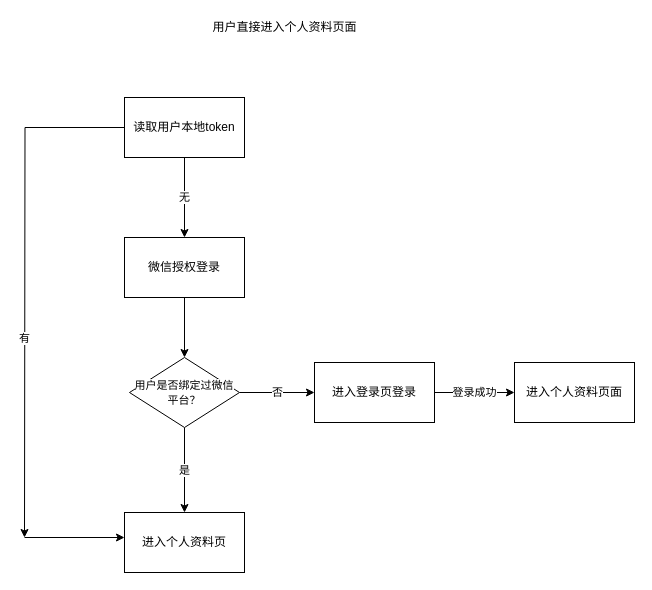
Before: 用户直接进入个人资料页面.drawio in ityadong/canvas, a draw.io diagram. Source tidied: cells renumbered, new cells numbered last; positions are measured from the earlier drawing's top-left corner, leaving out a move shared by most shapes. Both pictures are drawn from the tidied source at 100%, with x=0, y=0 at pixel (24, 17).
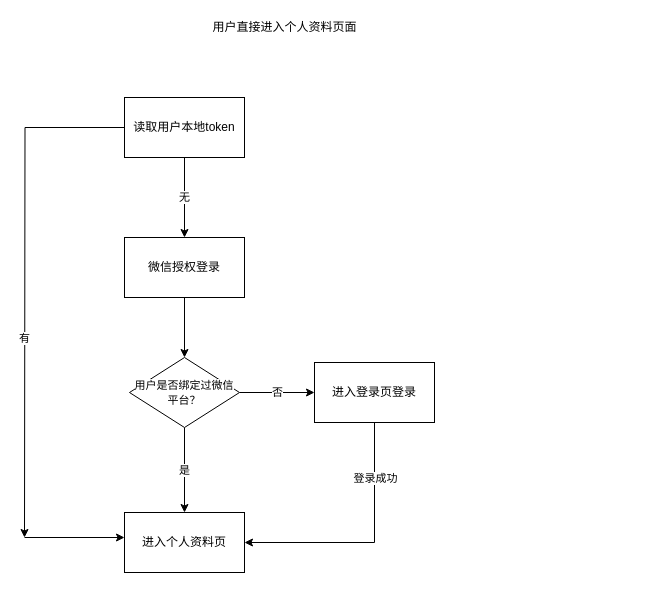
The same diagram, later.

Commit message:
更新用户直接进入个人资料页面.drawio

The change refers to these unchanged cells:
```xml
<mxCell id="7" value="进入个人资料页" style="whiteSpace=wrap;html=1;" parent="1" vertex="1">
  <mxGeometry x="100" y="495" width="120" height="60" as="geometry" />
</mxCell>
<mxCell id="9" value="进入登录页登录" style="whiteSpace=wrap;html=1;" parent="1" vertex="1">
  <mxGeometry x="290" y="345" width="120" height="60" as="geometry" />
</mxCell>
```

What changed in the source:
```diff
@@
+    <mxCell id="16" style="edgeStyle=orthogonalEdgeStyle;rounded=0;jettySize=auto;html=1;entryX=1;entryY=0.5;entryDx=0;entryDy=0;" parent="1" edge="1" source="9" target="7">
+      <mxGeometry relative="1" as="geometry">
+        <Array as="points">
+          <mxPoint x="350" y="525" />
+        </Array>
+      </mxGeometry>
+    </mxCell>
-    <mxCell id="8" value="登录成功" style="edgeStyle=orthogonalEdgeStyle;rounded=0;jettySize=auto;html=1;" parent="1" edge="1" source="9" target="10">
-      <mxGeometry relative="1" as="geometry" />
+    <mxCell id="8" value="登录成功" style="edgeLabel;html=1;align=center;verticalAlign=middle;" parent="16" vertex="1">
+      <mxGeometry x="-0.33" y="-1" relative="1" as="geometry">
+        <mxPoint x="1" y="-29" as="offset" />
+      </mxGeometry>
     </mxCell>
@@
-    <mxCell id="10" value="进入个人资料页面" style="whiteSpace=wrap;html=1;" parent="1" vertex="1">
-      <mxGeometry x="490" y="345" width="120" height="60" as="geometry" />
-    </mxCell>
```
